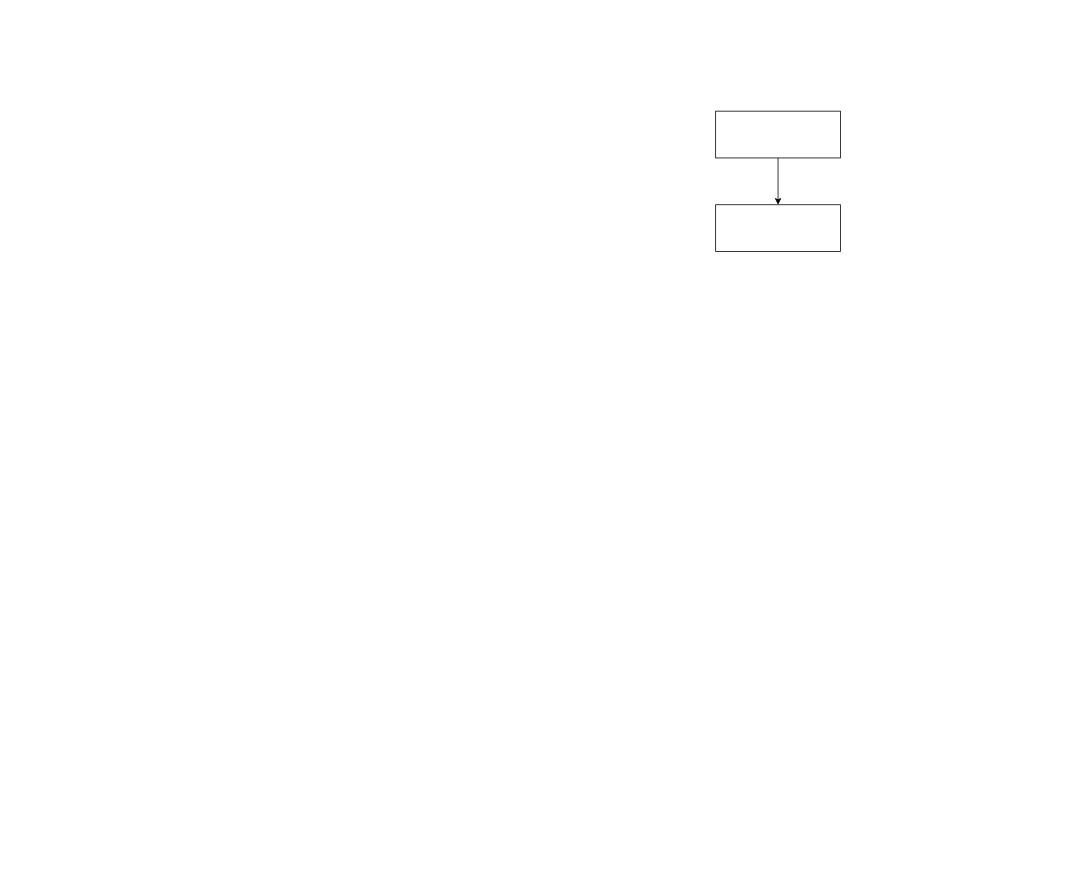
This is schema.drawio from WheatleyCODE/sheet-react, a draw.io file, before an edit. Source tidied: cells renumbered, new cells numbered last; positions are measured from the earlier drawing's top-left corner, leaving out a move shared by most shapes. Both pictures are drawn from the tidied source at 78%, with x=0, y=0 at pixel (715, 111).
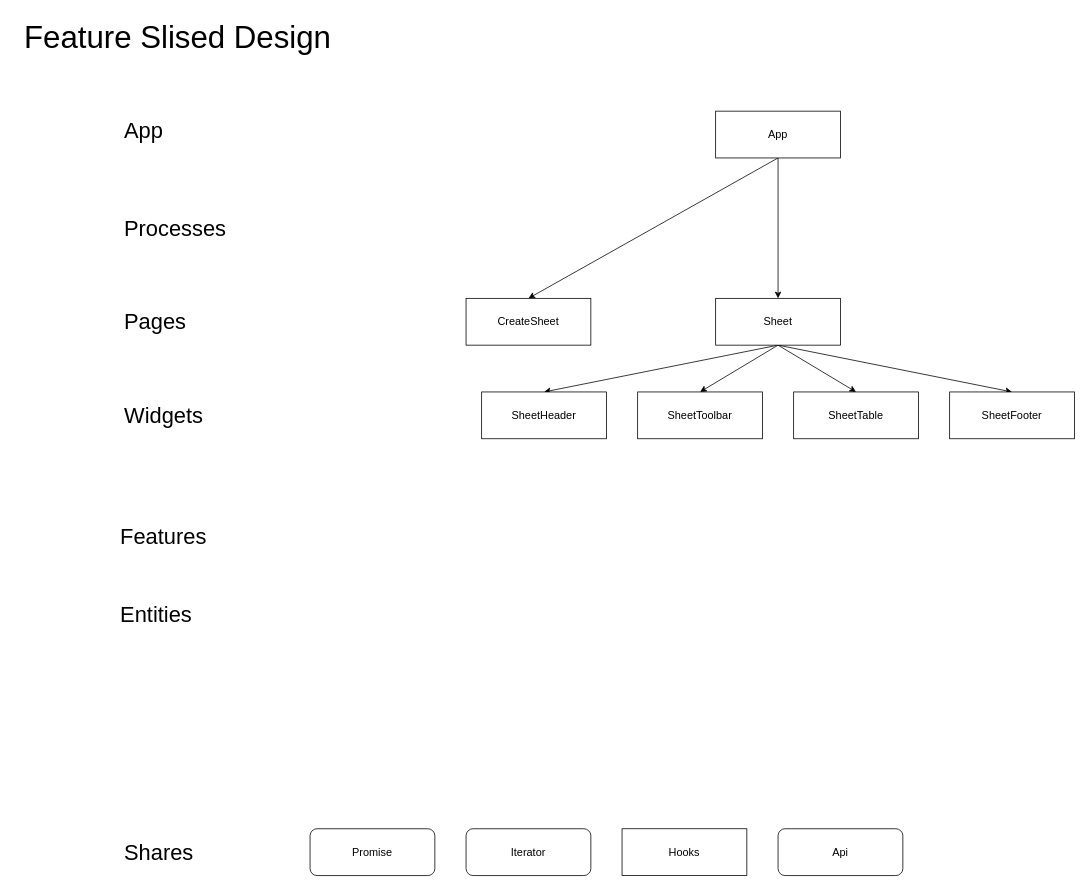
Above is the later version.

The edit, as a diff of the source:
```diff
@@
-    <mxCell id="2" style="rounded=0;whiteSpace=wrap;html=1;" parent="1" vertex="1">
-      <mxGeometry y="120" width="160" height="60" as="geometry" />
-    </mxCell>
-    <mxCell id="3" style="edgeStyle=none;html=1;exitX=0.5;exitY=1;exitDx=0;exitDy=0;entryX=0.5;entryY=0;entryDx=0;entryDy=0;" parent="1" edge="1" source="4" target="2">
-      <mxGeometry relative="1" as="geometry" />
-    </mxCell>
+    <mxCell id="5" style="edgeStyle=none;html=1;entryX=0.5;entryY=0;entryDx=0;entryDy=0;fontSize=40;" parent="1" edge="1" source="4" target="12">
+      <mxGeometry relative="1" as="geometry" />
+    </mxCell>
+    <mxCell id="6" style="edgeStyle=none;html=1;exitX=0.5;exitY=1;exitDx=0;exitDy=0;entryX=0.5;entryY=0;entryDx=0;entryDy=0;fontSize=40;" parent="1" edge="1" source="4" target="20">
+      <mxGeometry relative="1" as="geometry" />
+    </mxCell>
-    <mxCell id="4" style="rounded=0;whiteSpace=wrap;html=1;" parent="1" vertex="1">
+    <mxCell id="4" value="App" style="rounded=0;whiteSpace=wrap;html=1;fontSize=14;" parent="1" vertex="1">
       <mxGeometry width="160" height="60" as="geometry" />
     </mxCell>
+    <mxCell id="7" value="&lt;font style=&quot;font-size: 28px;&quot;&gt;App&lt;/font&gt;" style="text;html=1;align=left;verticalAlign=middle;strokeColor=none;fillColor=none;" parent="1" vertex="1">
+      <mxGeometry x="-760" width="70" height="50" as="geometry" />
+    </mxCell>
+    <mxCell id="8" style="edgeStyle=none;html=1;exitX=0.5;exitY=1;exitDx=0;exitDy=0;entryX=0.5;entryY=0;entryDx=0;entryDy=0;" parent="1" edge="1" source="12" target="21">
+      <mxGeometry relative="1" as="geometry" />
+    </mxCell>
+    <mxCell id="9" style="edgeStyle=none;html=1;exitX=0.5;exitY=1;exitDx=0;exitDy=0;entryX=0.5;entryY=0;entryDx=0;entryDy=0;" parent="1" edge="1" source="12" target="22">
+      <mxGeometry relative="1" as="geometry" />
+    </mxCell>
+    <mxCell id="10" style="edgeStyle=none;html=1;exitX=0.5;exitY=1;exitDx=0;exitDy=0;entryX=0.5;entryY=0;entryDx=0;entryDy=0;" parent="1" edge="1" source="12" target="23">
+      <mxGeometry relative="1" as="geometry" />
+    </mxCell>
+    <mxCell id="11" style="edgeStyle=none;html=1;exitX=0.5;exitY=1;exitDx=0;exitDy=0;entryX=0.5;entryY=0;entryDx=0;entryDy=0;" parent="1" edge="1" source="12" target="24">
+      <mxGeometry relative="1" as="geometry" />
+    </mxCell>
+    <mxCell id="12" value="Sheet" style="rounded=0;whiteSpace=wrap;html=1;fontSize=14;" parent="1" vertex="1">
+      <mxGeometry y="240" width="160" height="60" as="geometry" />
+    </mxCell>
+    <mxCell id="13" value="&lt;font style=&quot;font-size: 28px;&quot;&gt;Processes&lt;/font&gt;" style="text;html=1;align=left;verticalAlign=middle;strokeColor=none;fillColor=none;" parent="1" vertex="1">
+      <mxGeometry x="-760" y="125" width="150" height="50" as="geometry" />
+    </mxCell>
+    <mxCell id="14" value="&lt;font style=&quot;font-size: 40px;&quot;&gt;Feature Slised Design&lt;/font&gt;" style="text;html=1;align=center;verticalAlign=middle;strokeColor=none;fillColor=none;" parent="1" vertex="1">
+      <mxGeometry x="-900" y="-125" width="420" height="60" as="geometry" />
+    </mxCell>
+    <mxCell id="15" value="&lt;font style=&quot;font-size: 28px;&quot;&gt;Pages&lt;/font&gt;" style="text;html=1;align=left;verticalAlign=middle;strokeColor=none;fillColor=none;" parent="1" vertex="1">
+      <mxGeometry x="-760" y="245" width="100" height="50" as="geometry" />
+    </mxCell>
+    <mxCell id="16" value="&lt;font style=&quot;font-size: 28px;&quot;&gt;Widgets&lt;/font&gt;" style="text;html=1;align=left;verticalAlign=middle;strokeColor=none;fillColor=none;" parent="1" vertex="1">
+      <mxGeometry x="-760" y="365" width="120" height="50" as="geometry" />
+    </mxCell>
+    <mxCell id="17" value="&lt;font style=&quot;font-size: 28px;&quot;&gt;Shares&lt;/font&gt;" style="text;html=1;align=left;verticalAlign=middle;strokeColor=none;fillColor=none;" parent="1" vertex="1">
+      <mxGeometry x="-760" y="925" width="110" height="50" as="geometry" />
+    </mxCell>
+    <mxCell id="18" value="&lt;font style=&quot;font-size: 28px;&quot;&gt;Entities&lt;/font&gt;" style="text;html=1;align=left;verticalAlign=middle;strokeColor=none;fillColor=none;" parent="1" vertex="1">
+      <mxGeometry x="-765" y="620" width="120" height="50" as="geometry" />
+    </mxCell>
+    <mxCell id="19" value="&lt;font style=&quot;font-size: 28px;&quot;&gt;Features&lt;/font&gt;" style="text;html=1;align=left;verticalAlign=middle;strokeColor=none;fillColor=none;" parent="1" vertex="1">
+      <mxGeometry x="-765" y="520" width="130" height="50" as="geometry" />
+    </mxCell>
+    <mxCell id="20" value="CreateSheet" style="rounded=0;whiteSpace=wrap;html=1;fontSize=14;" parent="1" vertex="1">
+      <mxGeometry x="-320" y="240" width="160" height="60" as="geometry" />
+    </mxCell>
+    <mxCell id="21" value="SheetHeader" style="rounded=0;whiteSpace=wrap;html=1;fontSize=14;" parent="1" vertex="1">
+      <mxGeometry x="-300" y="360" width="160" height="60" as="geometry" />
+    </mxCell>
+    <mxCell id="22" value="SheetToolbar" style="rounded=0;whiteSpace=wrap;html=1;fontSize=14;" parent="1" vertex="1">
+      <mxGeometry x="-100" y="360" width="160" height="60" as="geometry" />
+    </mxCell>
+    <mxCell id="23" value="SheetTable" style="rounded=0;whiteSpace=wrap;html=1;fontSize=14;" parent="1" vertex="1">
+      <mxGeometry x="100" y="360" width="160" height="60" as="geometry" />
+    </mxCell>
+    <mxCell id="24" value="SheetFooter" style="rounded=0;whiteSpace=wrap;html=1;fontSize=14;" parent="1" vertex="1">
+      <mxGeometry x="300" y="360" width="160" height="60" as="geometry" />
+    </mxCell>
+    <mxCell id="25" value="Promise" style="rounded=1;whiteSpace=wrap;html=1;fontSize=14;glass=0;shadow=0;" parent="1" vertex="1">
+      <mxGeometry x="-520" y="920" width="160" height="60" as="geometry" />
+    </mxCell>
+    <mxCell id="26" value="Iterator" style="rounded=1;whiteSpace=wrap;html=1;fontSize=14;glass=0;shadow=0;" parent="1" vertex="1">
+      <mxGeometry x="-320" y="920" width="160" height="60" as="geometry" />
+    </mxCell>
+    <mxCell id="27" value="Hooks" style="rounded=0;whiteSpace=wrap;html=1;fontSize=14;glass=0;shadow=0;" parent="1" vertex="1">
+      <mxGeometry x="-120" y="920" width="160" height="60" as="geometry" />
+    </mxCell>
+    <mxCell id="28" value="Api" style="rounded=1;whiteSpace=wrap;html=1;fontSize=14;glass=0;shadow=0;" parent="1" vertex="1">
+      <mxGeometry x="80" y="920" width="160" height="60" as="geometry" />
+    </mxCell>
```
